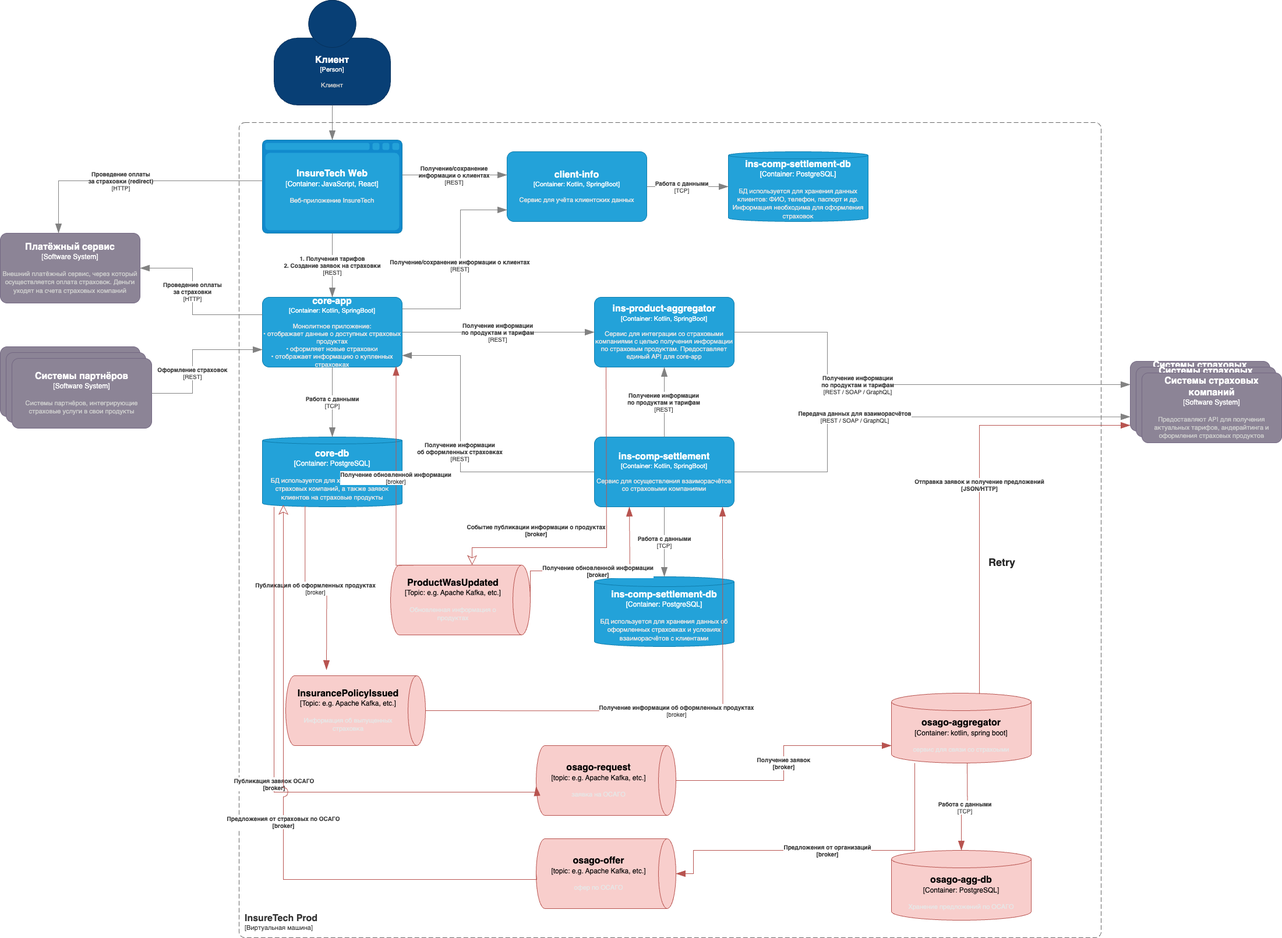
Earlier version of the draw.io export Task4/InsureTech_C4_сontainer-diagram.drawio.png (mflwr/sprint-6). Source tidied: cells renumbered, new cells last; positions are measured from the earlier drawing's top-left corner, leaving out a move shared by most shapes.
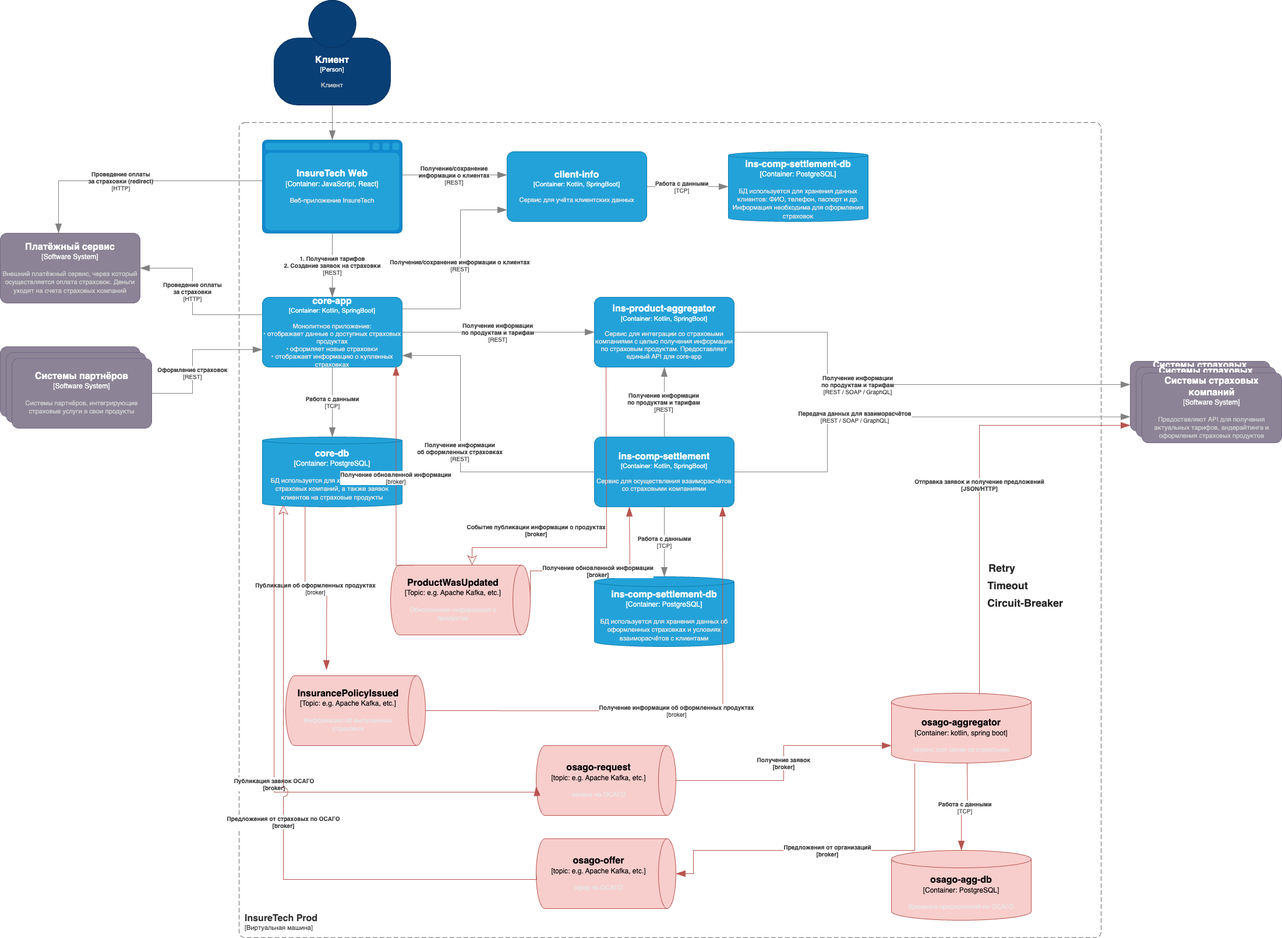
Later version of the same file.

What changed in the source:
```diff
@@ -348,7 +348,13 @@
       </mxCell>
     </object>
     <mxCell id="51" value="&lt;span style=&quot;caret-color: rgba(0, 0, 0, 0.85); color: rgba(0, 0, 0, 0.85); font-family: &amp;quot;YS Text&amp;quot;, sans-serif; font-size: 18px; font-style: normal; font-variant-caps: normal; letter-spacing: normal; text-align: left; text-indent: 0px; text-transform: none; white-space: pre-line; word-spacing: 0px; -webkit-text-stroke-width: 0px; background-color: rgb(255, 255, 255); text-decoration: none; float: none; display: inline !important;&quot;&gt;Retry&lt;/span&gt;" style="text;html=1;align=center;verticalAlign=middle;whiteSpace=wrap;rounded=0;fontStyle=1;" parent="1" vertex="1">
-      <mxGeometry x="1690" y="950" width="60" height="30" as="geometry" />
+      <mxGeometry x="1690" y="960" width="60" height="30" as="geometry" />
     </mxCell>
+    <mxCell id="52" value="&lt;span style=&quot;caret-color: rgba(0, 0, 0, 0.85); color: rgba(0, 0, 0, 0.85); font-family: &amp;quot;YS Text&amp;quot;, sans-serif; font-size: 18px; font-style: normal; font-variant-caps: normal; letter-spacing: normal; text-align: left; text-indent: 0px; text-transform: none; white-space: pre-line; word-spacing: 0px; -webkit-text-stroke-width: 0px; background-color: rgb(255, 255, 255); text-decoration: none; float: none; display: inline !important;&quot;&gt;Timeout&lt;/span&gt;" style="text;html=1;align=center;verticalAlign=middle;whiteSpace=wrap;rounded=0;fontStyle=1;" parent="1" vertex="1">
+      <mxGeometry x="1700" y="990" width="60" height="30" as="geometry" />
+    </mxCell>
+    <mxCell id="53" value="&lt;span style=&quot;caret-color: rgba(0, 0, 0, 0.85); color: rgba(0, 0, 0, 0.85); font-family: &amp;quot;YS Text&amp;quot;, sans-serif; font-size: 18px; font-style: normal; font-variant-caps: normal; letter-spacing: normal; text-align: left; text-indent: 0px; text-transform: none; white-space: pre-line; word-spacing: 0px; -webkit-text-stroke-width: 0px; background-color: rgb(255, 255, 255); text-decoration: none; float: none; display: inline !important;&quot;&gt;Circuit-Breaker&lt;/span&gt;" style="text;html=1;align=center;verticalAlign=middle;whiteSpace=wrap;rounded=0;fontStyle=1;" parent="1" vertex="1">
+      <mxGeometry x="1680" y="1020" width="160" height="30" as="geometry" />
+    </mxCell>
   </root>
 </mxGraphModel>
```
